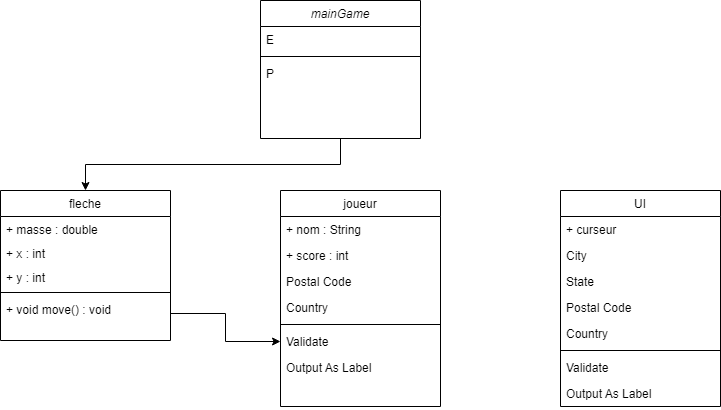
This is UMLDiagram.png from vbard1/mini-projet-2, a draw.io export, as it was before one commit. Source tidied: cells renumbered, new cells last; positions are measured from the earlier drawing's top-left corner, leaving out a move shared by most shapes.
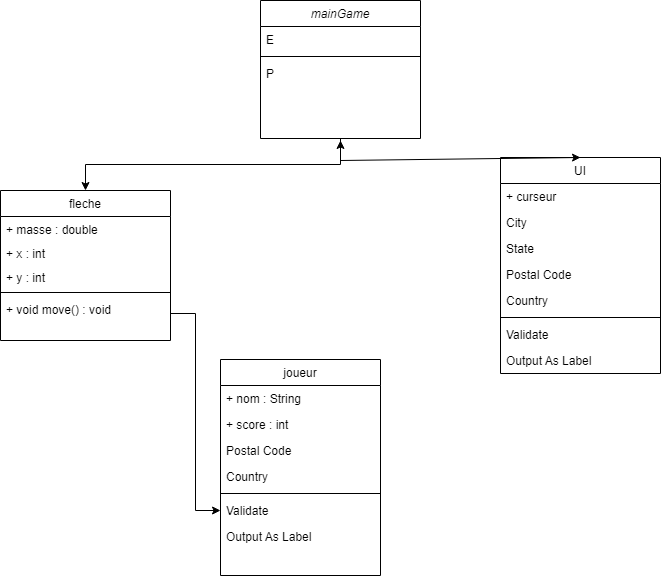
The same file after the commit.

Change to the diagram source:
```diff
@@ -36,7 +36,7 @@
       <mxGeometry y="106" width="170" height="34" as="geometry" />
     </mxCell>
     <mxCell id="13" value="joueur" style="swimlane;fontStyle=0;align=center;verticalAlign=top;horizontal=1;startSize=26;rounded=0;shadow=0;strokeWidth=1;" parent="1" vertex="1">
-      <mxGeometry x="280" y="190" width="160" height="216" as="geometry" />
+      <mxGeometry x="220" y="359" width="160" height="216" as="geometry" />
     </mxCell>
     <mxCell id="14" value="+ nom : String" style="text;align=left;verticalAlign=top;spacingLeft=4;spacingRight=4;overflow=hidden;" parent="13" vertex="1">
       <mxGeometry y="26" width="160" height="26" as="geometry" />
@@ -60,7 +60,7 @@
       <mxGeometry y="164" width="160" height="26" as="geometry" />
     </mxCell>
     <mxCell id="21" value="UI" style="swimlane;fontStyle=0;align=center;verticalAlign=top;horizontal=1;startSize=26;rounded=0;shadow=0;strokeWidth=1;" parent="1" vertex="1">
-      <mxGeometry x="560" y="190" width="160" height="216" as="geometry" />
+      <mxGeometry x="500" y="157" width="160" height="216" as="geometry" />
     </mxCell>
     <mxCell id="22" value="+ curseur" style="text;align=left;verticalAlign=top;spacingLeft=4;spacingRight=4;overflow=hidden;" parent="21" vertex="1">
       <mxGeometry y="26" width="160" height="26" as="geometry" />
@@ -89,5 +89,13 @@
     <mxCell id="30" style="edgeStyle=orthogonalEdgeStyle;rounded=0;jettySize=auto;html=1;" parent="1" edge="1" source="12" target="19">
       <mxGeometry relative="1" as="geometry" />
     </mxCell>
+    <mxCell id="31" style="endArrow=classic;startArrow=classic;html=1;rounded=0;entryX=0.5;entryY=0;entryDx=0;entryDy=0;" parent="1" edge="1" target="21">
+      <mxGeometry relative="1" as="geometry">
+        <mxPoint x="340" y="140" as="sourcePoint" />
+        <Array as="points">
+          <mxPoint x="340" y="160" />
+        </Array>
+      </mxGeometry>
+    </mxCell>
   </root>
 </mxGraphModel>
```
